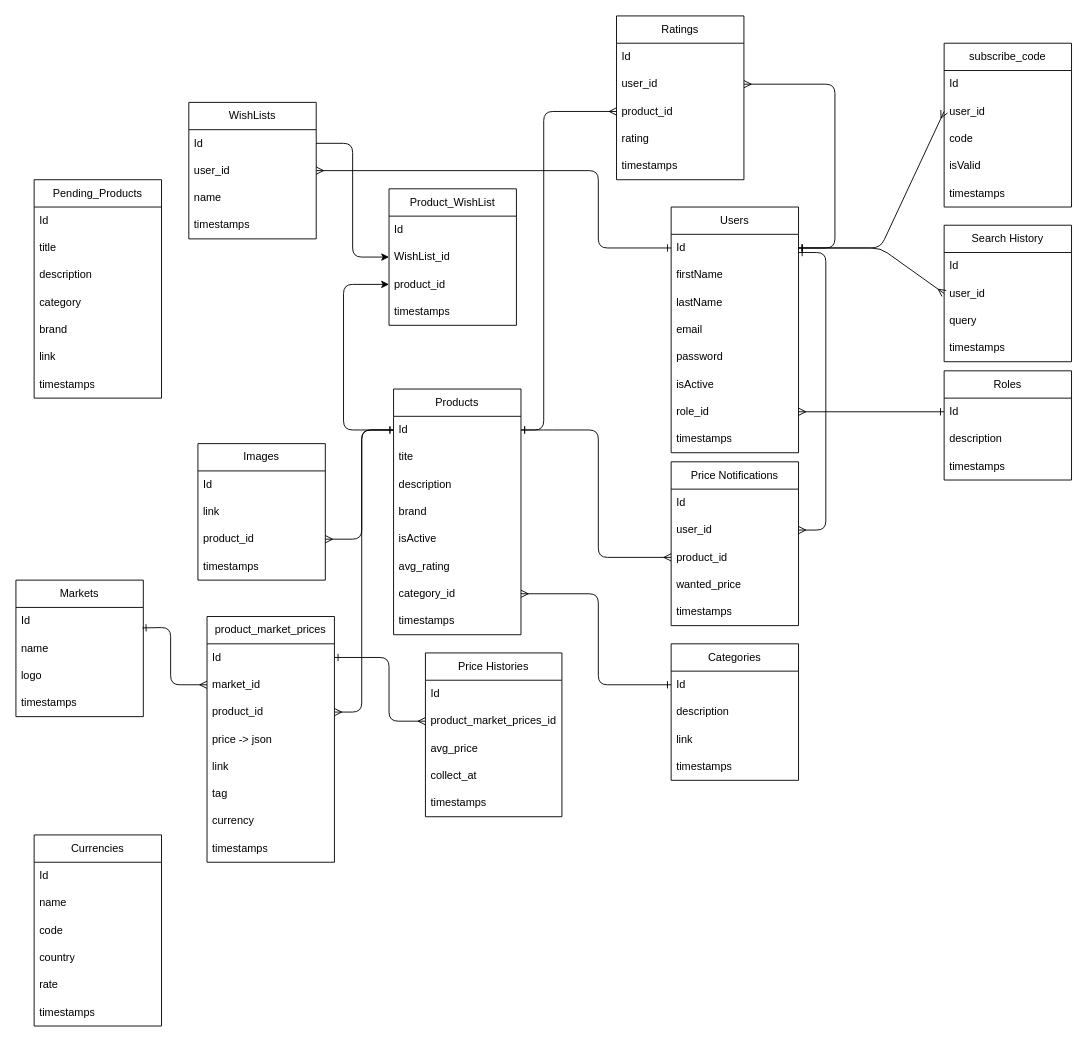
Before: Planning/DbStructure.drawio in ClaudioRSGit/Webscraper, a draw.io diagram. Source tidied: cells renumbered, new cells numbered last; positions are measured from the earlier drawing's top-left corner, leaving out a move shared by most shapes. Both pictures are drawn from the tidied source at 91%, with x=0, y=0 at pixel (15, 15).
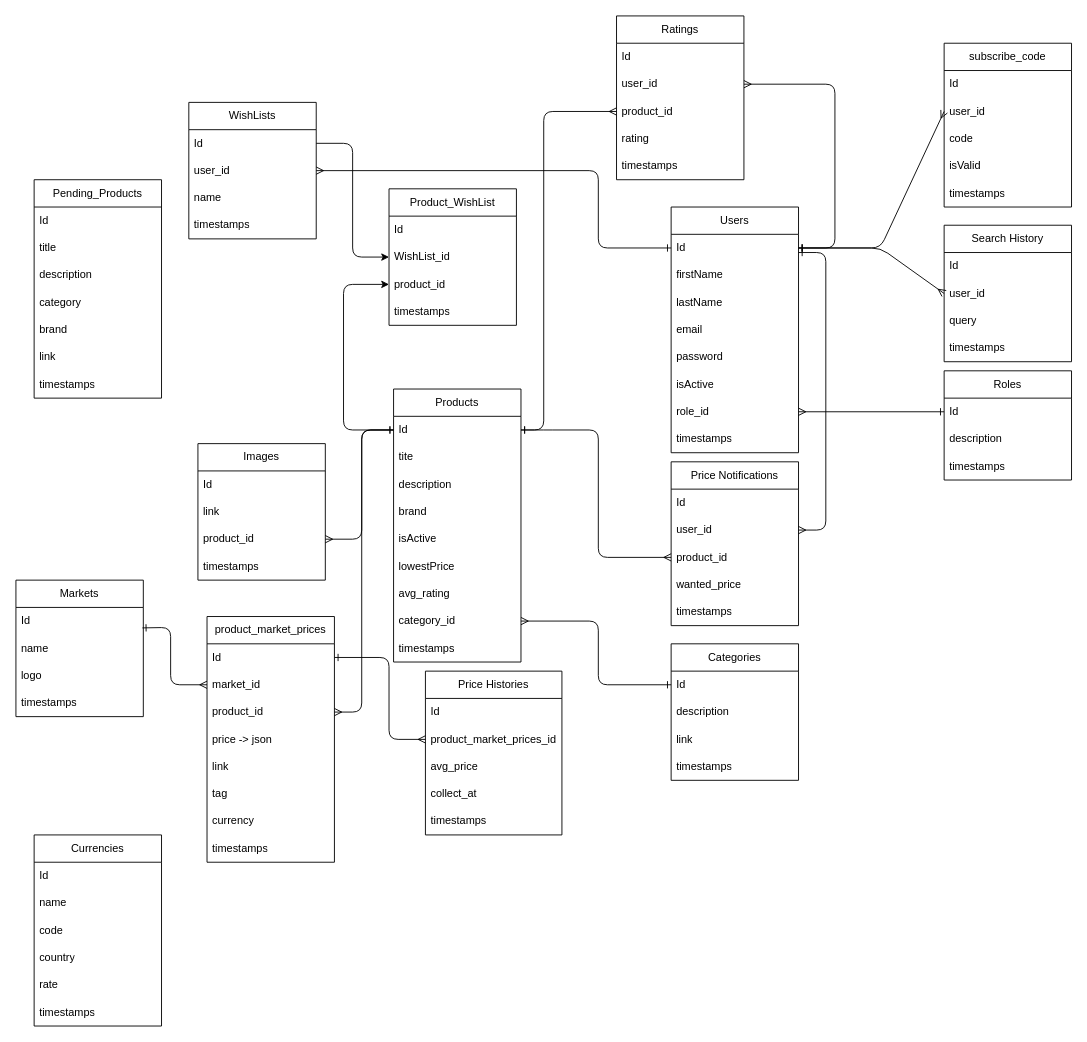
After the change.

Unchanged cells that the change refers to:
```xml
<mxCell id="31" value="Id" style="text;strokeColor=none;fillColor=none;align=left;verticalAlign=middle;spacingLeft=4;spacingRight=4;overflow=hidden;points=[[0,0.5],[1,0.5]];portConstraint=eastwest;whiteSpace=wrap;html=1;" parent="30" vertex="1">
  <mxGeometry y="30" width="140" height="30" as="geometry" />
</mxCell>
<mxCell id="49" value="product_market_prices_id" style="text;strokeColor=none;fillColor=none;align=left;verticalAlign=middle;spacingLeft=4;spacingRight=4;overflow=hidden;points=[[0,0.5],[1,0.5]];portConstraint=eastwest;whiteSpace=wrap;html=1;" parent="47" vertex="1">
  <mxGeometry y="60" width="150" height="30" as="geometry" />
</mxCell>
<mxCell id="86" value="Id" style="text;strokeColor=none;fillColor=none;align=left;verticalAlign=middle;spacingLeft=4;spacingRight=4;overflow=hidden;points=[[0,0.5],[1,0.5]];portConstraint=eastwest;whiteSpace=wrap;html=1;" parent="85" vertex="1">
  <mxGeometry y="30" width="140" height="30" as="geometry" />
</mxCell>
```

The edit, as a diff of the source:
```diff
@@
     <mxCell id="21" value="Products" style="swimlane;fontStyle=0;horizontal=1;startSize=30;whiteSpace=wrap;html=1;" parent="1" vertex="1">
-      <mxGeometry x="415" y="410" width="140" height="270" as="geometry" />
+      <mxGeometry x="415" y="410" width="140" height="300" as="geometry" />
     </mxCell>
@@
-    <mxCell id="27" value="avg_rating" style="text;strokeColor=none;fillColor=none;align=left;verticalAlign=middle;spacingLeft=4;spacingRight=4;overflow=hidden;whiteSpace=wrap;html=1;" parent="21" vertex="1">
+    <mxCell id="27" value="lowestPrice" style="text;strokeColor=none;fillColor=none;align=left;verticalAlign=middle;spacingLeft=4;spacingRight=4;overflow=hidden;whiteSpace=wrap;html=1;" parent="21" vertex="1">
       <mxGeometry y="180" width="140" height="30" as="geometry" />
     </mxCell>
+    <mxCell id="117" value="avg_rating" style="text;strokeColor=none;fillColor=none;align=left;verticalAlign=middle;spacingLeft=4;spacingRight=4;overflow=hidden;whiteSpace=wrap;html=1;" parent="21" vertex="1">
+      <mxGeometry y="210" width="140" height="30" as="geometry" />
+    </mxCell>
     <mxCell id="28" value="category_id" style="text;strokeColor=none;fillColor=none;align=left;verticalAlign=middle;spacingLeft=4;spacingRight=4;overflow=hidden;points=[[0,0.5],[1,0.5]];portConstraint=eastwest;whiteSpace=wrap;html=1;" parent="21" vertex="1">
-      <mxGeometry y="210" width="140" height="30" as="geometry" />
+      <mxGeometry y="240" width="140" height="30" as="geometry" />
     </mxCell>
     <mxCell id="29" value="timestamps" style="text;strokeColor=none;fillColor=none;align=left;verticalAlign=middle;spacingLeft=4;spacingRight=4;overflow=hidden;whiteSpace=wrap;html=1;" parent="21" vertex="1">
-      <mxGeometry y="240" width="140" height="30" as="geometry" />
+      <mxGeometry y="270" width="140" height="30" as="geometry" />
     </mxCell>
@@
     <mxCell id="47" value="Price Histories" style="swimlane;fontStyle=0;horizontal=1;startSize=30;whiteSpace=wrap;html=1;" parent="1" vertex="1">
-      <mxGeometry x="450" y="700" width="150" height="180" as="geometry" />
+      <mxGeometry x="450" y="720" width="150" height="180" as="geometry" />
     </mxCell>
@@
     <mxCell id="69" style="edgeStyle=none;html=1;entryX=0;entryY=0.5;entryDx=0;entryDy=0;exitX=1;exitY=0.5;exitDx=0;exitDy=0;endArrow=ERone;endFill=0;startArrow=ERmany;startFill=0;" parent="1" edge="1" source="28" target="31">
       <mxGeometry relative="1" as="geometry">
         <Array as="points">
-          <mxPoint x="640" y="635" />
+          <mxPoint x="640" y="665" />
           <mxPoint x="640" y="735" />
         </Array>
       </mxGeometry>
     </mxCell>
@@
     <mxCell id="107" style="edgeStyle=none;html=1;exitX=1;exitY=0.5;exitDx=0;exitDy=0;entryX=0;entryY=0.5;entryDx=0;entryDy=0;startArrow=ERone;startFill=0;endArrow=ERmany;endFill=0;" parent="1" edge="1" source="86" target="49">
       <mxGeometry relative="1" as="geometry">
         <Array as="points">
           <mxPoint x="410" y="705" />
-          <mxPoint x="410" y="775" />
+          <mxPoint x="410" y="795" />
         </Array>
       </mxGeometry>
     </mxCell>
```
